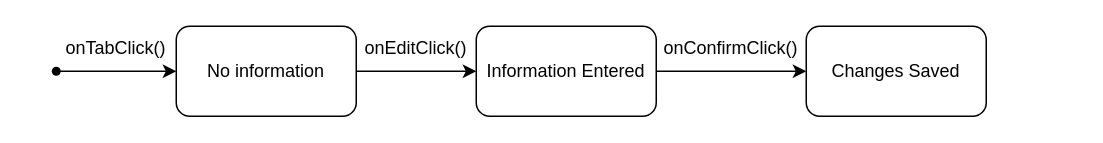
The draw.io diagram ManuallyAdjustStepCounts StateCharts.drawio in Esaied19/Team-Albatross, before the edit. Source tidied: cells renumbered, new cells numbered last; positions are measured from the earlier drawing's top-left corner, leaving out a move shared by most shapes. Both pictures are drawn from the tidied source at 150%, with x=0, y=0 at pixel (26, 26).
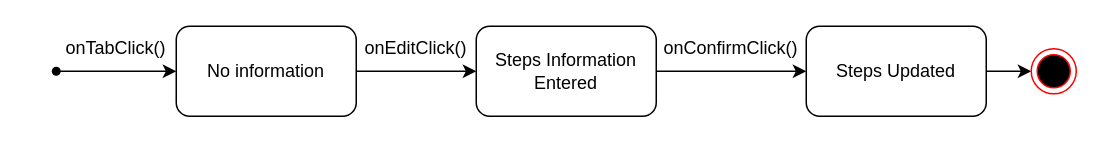
Above is the later version.

What changed in the source:
```diff
@@
 <mxGraphModel>
   <root>
     <mxCell id="0" />
     <mxCell id="1" parent="0" />
     <mxCell id="2" style="edgeStyle=orthogonalEdgeStyle;rounded=0;jettySize=auto;html=1;" parent="1" edge="1" source="3">
       <mxGeometry relative="1" as="geometry">
         <mxPoint x="100" y="30" as="targetPoint" />
       </mxGeometry>
     </mxCell>
     <mxCell id="3" style="shape=waypoint;sketch=0;fillStyle=solid;size=6;points=[];fillColor=none;perimeter=centerPerimeter;snapToPoint=1;" parent="1" vertex="1">
       <mxGeometry y="10" width="40" height="40" as="geometry" />
     </mxCell>
     <mxCell id="4" style="edgeStyle=orthogonalEdgeStyle;rounded=0;jettySize=auto;html=1;" parent="1" edge="1" source="5">
       <mxGeometry relative="1" as="geometry">
         <mxPoint x="300" y="30" as="targetPoint" />
       </mxGeometry>
     </mxCell>
     <mxCell id="5" value="No information" style="rounded=1;whiteSpace=wrap;html=1;" parent="1" vertex="1">
       <mxGeometry x="100" width="120" height="60" as="geometry" />
     </mxCell>
     <mxCell id="6" value="onTabClick()" style="text;html=1;strokeColor=none;fillColor=none;align=center;verticalAlign=middle;whiteSpace=wrap;rounded=0;" parent="1" vertex="1">
       <mxGeometry x="30" width="60" height="30" as="geometry" />
     </mxCell>
     <mxCell id="7" value="onEditClick()" style="text;html=1;strokeColor=none;fillColor=none;align=center;verticalAlign=middle;whiteSpace=wrap;rounded=0;" parent="1" vertex="1">
       <mxGeometry x="230" width="60" height="30" as="geometry" />
     </mxCell>
     <mxCell id="8" style="edgeStyle=orthogonalEdgeStyle;rounded=0;jettySize=auto;html=1;" parent="1" edge="1" source="9">
       <mxGeometry relative="1" as="geometry">
         <mxPoint x="520" y="30" as="targetPoint" />
       </mxGeometry>
     </mxCell>
-    <mxCell id="9" value="Information Entered" style="rounded=1;whiteSpace=wrap;html=1;" parent="1" vertex="1">
+    <mxCell id="9" value="Steps Information Entered" style="rounded=1;whiteSpace=wrap;html=1;" parent="1" vertex="1">
       <mxGeometry x="300" width="120" height="60" as="geometry" />
     </mxCell>
     <mxCell id="10" value="onConfirmClick()" style="text;html=1;strokeColor=none;fillColor=none;align=center;verticalAlign=middle;whiteSpace=wrap;rounded=0;" parent="1" vertex="1">
       <mxGeometry x="440" width="60" height="30" as="geometry" />
     </mxCell>
+    <mxCell id="12" style="edgeStyle=orthogonalEdgeStyle;rounded=0;jettySize=auto;html=1;exitX=1;exitY=0.5;exitDx=0;exitDy=0;entryX=0;entryY=0.5;entryDx=0;entryDy=0;" parent="1" edge="1" source="11" target="13">
+      <mxGeometry relative="1" as="geometry" />
+    </mxCell>
-    <mxCell id="11" value="Changes Saved" style="rounded=1;whiteSpace=wrap;html=1;" parent="1" vertex="1">
+    <mxCell id="11" value="Steps Updated" style="rounded=1;whiteSpace=wrap;html=1;" parent="1" vertex="1">
       <mxGeometry x="520" width="120" height="60" as="geometry" />
     </mxCell>
+    <mxCell id="13" style="ellipse;html=1;shape=endState;fillColor=#000000;strokeColor=#ff0000;" parent="1" vertex="1">
+      <mxGeometry x="670" y="15" width="30" height="30" as="geometry" />
+    </mxCell>
   </root>
 </mxGraphModel>
```
